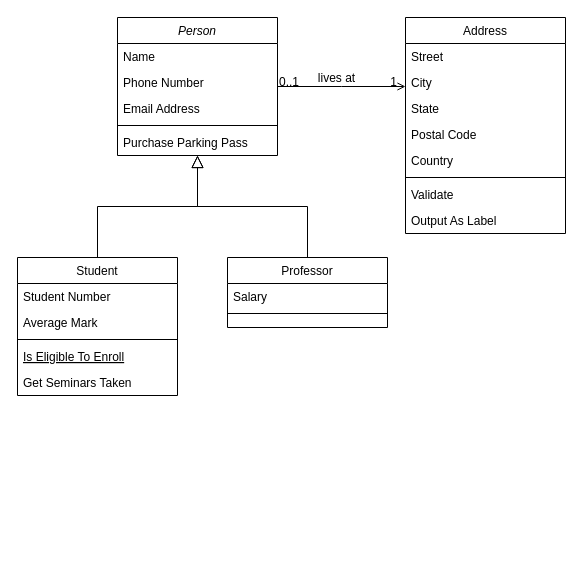
The draw.io diagram 未命名绘图.drawio in bshh/d, before the edit. Source tidied: cells renumbered, new cells numbered last; positions are measured from the earlier drawing's top-left corner, leaving out a move shared by most shapes. Both pictures are drawn from the tidied source at 100%, with x=0, y=0 at pixel (17, 17).
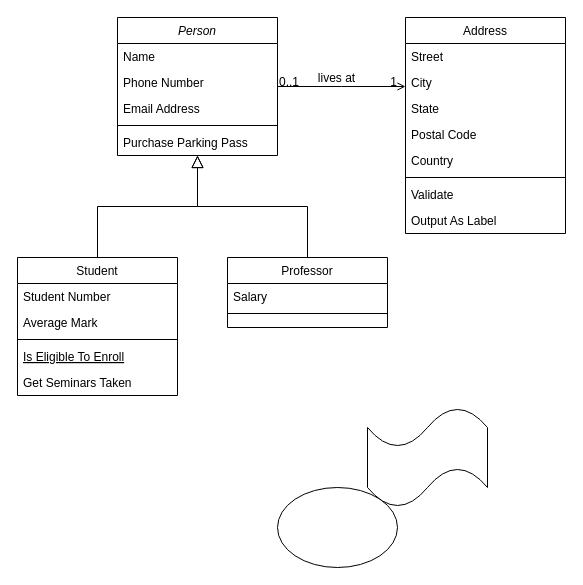
Above is the later version.

Commit message:
更新未命名绘图.drawio

What changed in the source:
```diff
@@
+    <mxCell id="32" style="ellipse;whiteSpace=wrap;html=1;" parent="1" vertex="1">
+      <mxGeometry x="260" y="470" width="120" height="80" as="geometry" />
+    </mxCell>
+    <mxCell id="33" style="shape=tape;whiteSpace=wrap;html=1;" parent="1" vertex="1">
+      <mxGeometry x="350" y="390" width="120" height="100" as="geometry" />
+    </mxCell>
```
